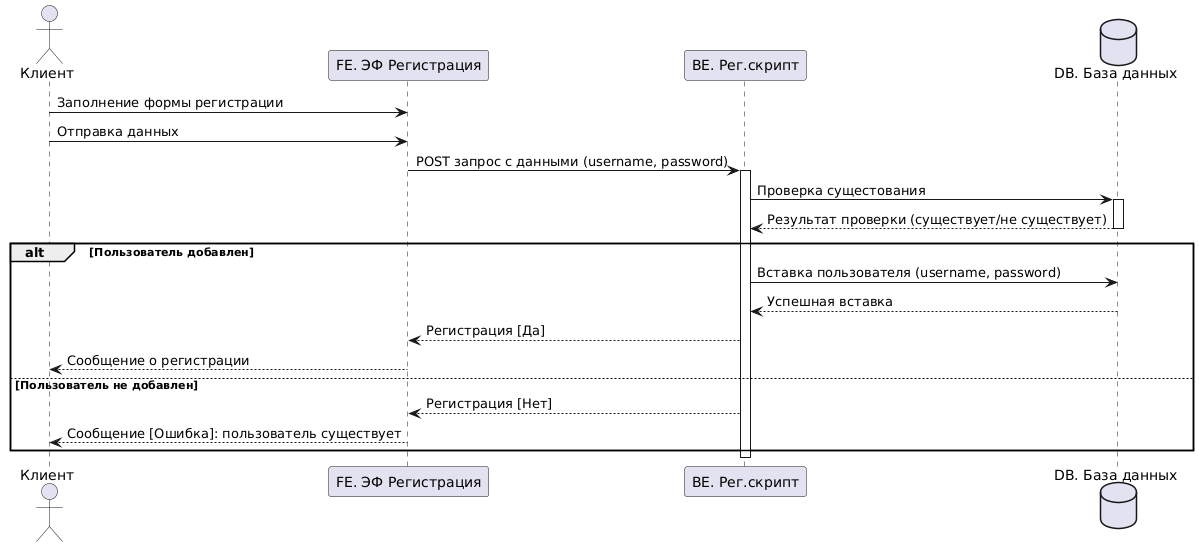
This is docs/sd_01_Registration.png from dchizhikov/team_14_docs, a PlantUML export, as it was before one commit.
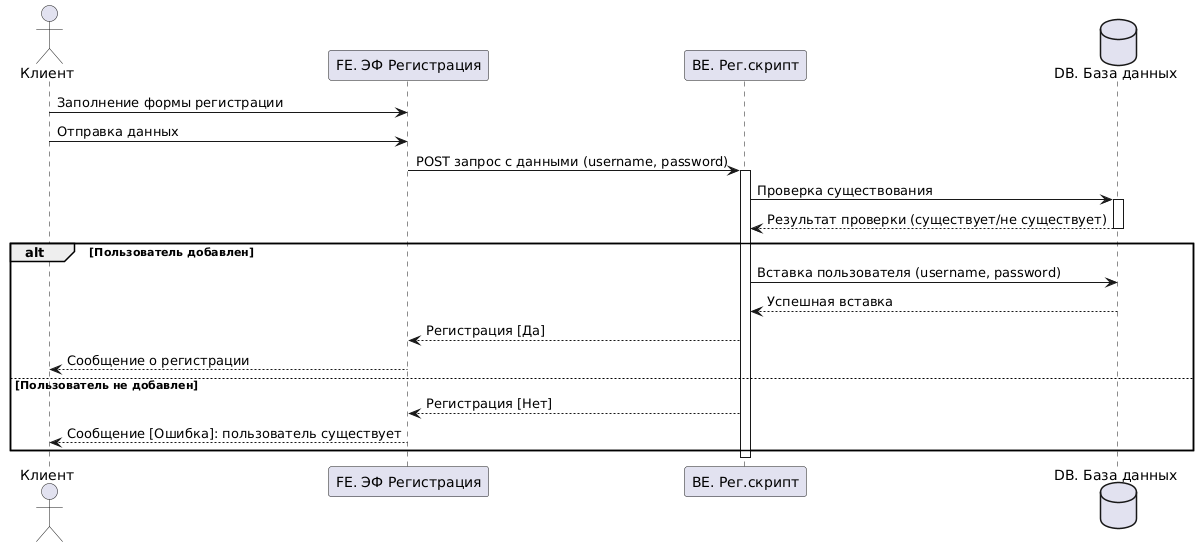
The same diagram one commit later.

Commit message:
Добавлена схема по регистрации клиента - 2.1

Change to the diagram source:
```diff
@@ -9,7 +9,7 @@
     reg_form -> reg_script: POST запрос с данными (username, password)
     activate reg_script
 
-    reg_script -> db: Проверка сущестования
+    reg_script -> db: Проверка существования
     activate db
     db --> reg_script: Результат проверки (существует/не существует)
     deactivate db
```
